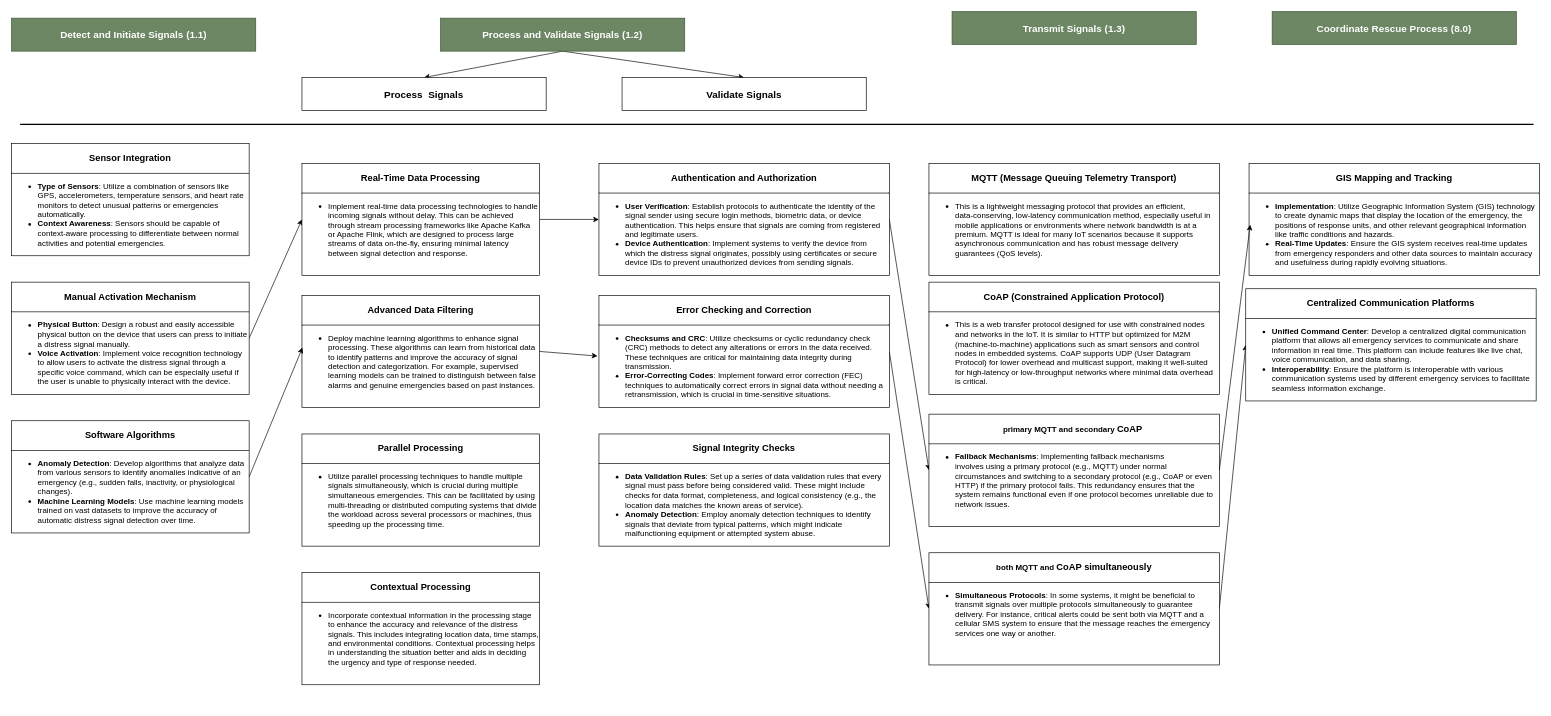
OMEN-Watson/CodeExercises keeps this draw.io diagram as DrawIo/TheKeyCausalPath.drawio. Above is the earlier version. Source tidied: cells renumbered, new cells numbered last; positions are measured from the earlier drawing's top-left corner, leaving out a move shared by most shapes. Both pictures are drawn from the tidied source at 66%, with x=0, y=0 at pixel (11, 11).
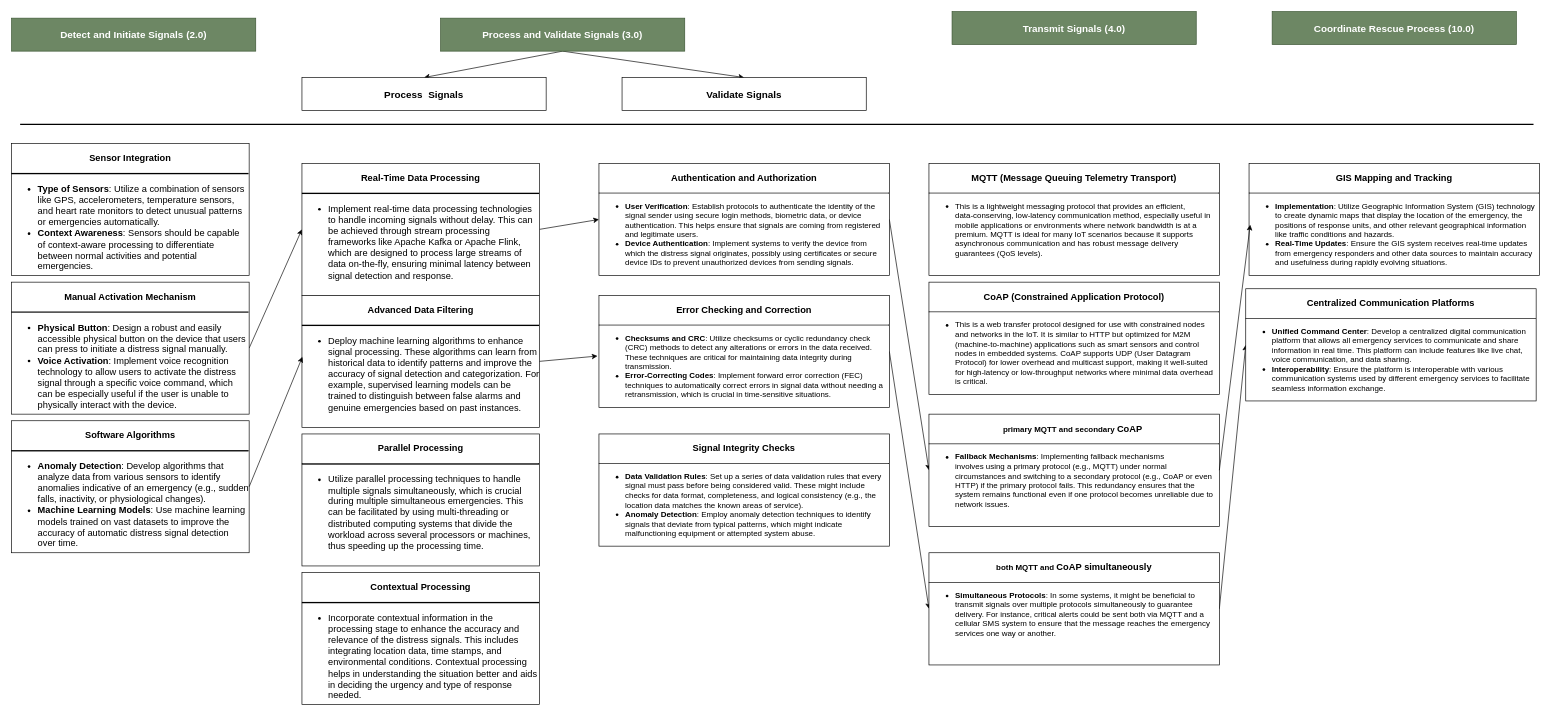
Above is the later version.

What changed in the source:
```diff
@@
-    <mxCell id="2" value="&lt;strong style=&quot;font-size: 15px;&quot;&gt;Detect and Initiate Signals (1.1)&lt;/strong&gt;" style="whiteSpace=wrap;html=1;align=center;fontSize=15;fillColor=#6d8764;fontColor=#ffffff;strokeColor=#3A5431;" parent="1" vertex="1">
+    <mxCell id="2" value="&lt;strong style=&quot;font-size: 15px;&quot;&gt;Detect and Initiate Signals (2.0)&lt;/strong&gt;" style="whiteSpace=wrap;html=1;align=center;fontSize=15;fillColor=#6d8764;fontColor=#ffffff;strokeColor=#3A5431;" parent="1" vertex="1">
       <mxGeometry y="10" width="370" height="50" as="geometry" />
     </mxCell>
@@
-    <mxCell id="4" value="&lt;h3 style=&quot;text-align: center;&quot;&gt;Sensor Integration&lt;/h3&gt;&lt;hr size=&quot;1&quot; style=&quot;border-style:solid;&quot;&gt;&lt;ul&gt;&lt;li&gt;&lt;strong&gt;&lt;strong style=&quot;background-color: initial;&quot;&gt;Type of Sensors&lt;/strong&gt;&lt;span style=&quot;background-color: initial; font-weight: normal;&quot;&gt;: Utilize a combination of sensors like GPS, accelerometers, temperature sensors, and heart rate monitors to detect unusual patterns or emergencies automatically.&lt;/span&gt;&lt;br&gt;&lt;/strong&gt;&lt;/li&gt;&lt;li&gt;&lt;strong&gt;Context Awareness&lt;/strong&gt;: Sensors should be capable of context-aware processing to differentiate between normal activities and potential emergencies.&lt;/li&gt;&lt;/ul&gt;" style="verticalAlign=top;align=left;overflow=fill;html=1;whiteSpace=wrap;" parent="1" vertex="1">
-      <mxGeometry y="200" width="360" height="170" as="geometry" />
+    <mxCell id="4" value="&lt;h3 style=&quot;text-align: center; font-size: 14px;&quot;&gt;Sensor Integration&lt;/h3&gt;&lt;hr style=&quot;border-style: solid; font-size: 14px;&quot;&gt;&lt;ul style=&quot;font-size: 14px;&quot;&gt;&lt;li style=&quot;font-size: 14px;&quot;&gt;&lt;strong style=&quot;font-size: 14px;&quot;&gt;&lt;strong style=&quot;background-color: initial; font-size: 14px;&quot;&gt;Type of Sensors&lt;/strong&gt;&lt;span style=&quot;background-color: initial; font-weight: normal; font-size: 14px;&quot;&gt;: Utilize a combination of sensors like GPS, accelerometers, temperature sensors, and heart rate monitors to detect unusual patterns or emergencies automatically.&lt;/span&gt;&lt;br style=&quot;font-size: 14px;&quot;&gt;&lt;/strong&gt;&lt;/li&gt;&lt;li style=&quot;font-size: 14px;&quot;&gt;&lt;strong style=&quot;font-size: 14px;&quot;&gt;Context Awareness&lt;/strong&gt;: Sensors should be capable of context-aware processing to differentiate between normal activities and potential emergencies.&lt;/li&gt;&lt;/ul&gt;" style="verticalAlign=top;align=left;overflow=fill;html=1;whiteSpace=wrap;fontSize=14;" parent="1" vertex="1">
+      <mxGeometry y="200" width="360" height="200" as="geometry" />
     </mxCell>
@@
-    <mxCell id="6" value="&lt;h3 style=&quot;text-align: center;&quot;&gt;Manual Activation Mechanism&lt;/h3&gt;&lt;hr size=&quot;1&quot; style=&quot;border-style:solid;&quot;&gt;&lt;ul&gt;&lt;li&gt;&lt;strong&gt;Physical Button&lt;/strong&gt;: Design a robust and easily accessible physical button on the device that users can press to initiate a distress signal manually.&lt;/li&gt;&lt;li&gt;&lt;strong&gt;Voice Activation&lt;/strong&gt;: Implement voice recognition technology to allow users to activate the distress signal through a specific voice command, which can be especially useful if the user is unable to physically interact with the device.&lt;/li&gt;&lt;/ul&gt;" style="verticalAlign=top;align=left;overflow=fill;html=1;whiteSpace=wrap;" parent="1" vertex="1">
-      <mxGeometry y="410" width="360" height="170" as="geometry" />
+    <mxCell id="6" value="&lt;h3 style=&quot;text-align: center; font-size: 14px;&quot;&gt;Manual Activation Mechanism&lt;/h3&gt;&lt;hr style=&quot;border-style: solid; font-size: 14px;&quot;&gt;&lt;ul style=&quot;font-size: 14px;&quot;&gt;&lt;li style=&quot;font-size: 14px;&quot;&gt;&lt;strong style=&quot;font-size: 14px;&quot;&gt;Physical Button&lt;/strong&gt;: Design a robust and easily accessible physical button on the device that users can press to initiate a distress signal manually.&lt;/li&gt;&lt;li style=&quot;font-size: 14px;&quot;&gt;&lt;strong style=&quot;font-size: 14px;&quot;&gt;Voice Activation&lt;/strong&gt;: Implement voice recognition technology to allow users to activate the distress signal through a specific voice command, which can be especially useful if the user is unable to physically interact with the device.&lt;/li&gt;&lt;/ul&gt;" style="verticalAlign=top;align=left;overflow=fill;html=1;whiteSpace=wrap;fontSize=14;" parent="1" vertex="1">
+      <mxGeometry y="410" width="360" height="200" as="geometry" />
     </mxCell>
-    <mxCell id="7" value="&lt;h3 style=&quot;text-align: center;&quot;&gt;Software Algorithms&lt;/h3&gt;&lt;hr size=&quot;1&quot; style=&quot;border-style:solid;&quot;&gt;&lt;ul&gt;&lt;li&gt;&lt;strong&gt;Anomaly Detection&lt;/strong&gt;: Develop algorithms that analyze data from various sensors to identify anomalies indicative of an emergency (e.g., sudden falls, inactivity, or physiological changes).&lt;/li&gt;&lt;li&gt;&lt;strong&gt;Machine Learning Models&lt;/strong&gt;: Use machine learning models trained on vast datasets to improve the accuracy of automatic distress signal detection over time.&lt;/li&gt;&lt;/ul&gt;" style="verticalAlign=top;align=left;overflow=fill;html=1;whiteSpace=wrap;" parent="1" vertex="1">
-      <mxGeometry y="620" width="360" height="170" as="geometry" />
+    <mxCell id="7" value="&lt;h3 style=&quot;text-align: center; font-size: 14px;&quot;&gt;Software Algorithms&lt;/h3&gt;&lt;hr style=&quot;border-style: solid; font-size: 14px;&quot;&gt;&lt;ul style=&quot;font-size: 14px;&quot;&gt;&lt;li style=&quot;font-size: 14px;&quot;&gt;&lt;strong style=&quot;font-size: 14px;&quot;&gt;Anomaly Detection&lt;/strong&gt;: Develop algorithms that analyze data from various sensors to identify anomalies indicative of an emergency (e.g., sudden falls, inactivity, or physiological changes).&lt;/li&gt;&lt;li style=&quot;font-size: 14px;&quot;&gt;&lt;strong style=&quot;font-size: 14px;&quot;&gt;Machine Learning Models&lt;/strong&gt;: Use machine learning models trained on vast datasets to improve the accuracy of automatic distress signal detection over time.&lt;/li&gt;&lt;/ul&gt;" style="verticalAlign=top;align=left;overflow=fill;html=1;whiteSpace=wrap;fontSize=14;" parent="1" vertex="1">
+      <mxGeometry y="620" width="360" height="200" as="geometry" />
     </mxCell>
@@
-    <mxCell id="10" value="&lt;strong style=&quot;font-size: 15px;&quot;&gt;Process and Validate Signals (1.2)&lt;/strong&gt;" style="whiteSpace=wrap;html=1;align=center;fontSize=15;fillColor=#6d8764;fontColor=#ffffff;strokeColor=#3A5431;" parent="1" vertex="1">
+    <mxCell id="10" value="&lt;strong style=&quot;font-size: 15px;&quot;&gt;Process and Validate Signals (3.0)&lt;/strong&gt;" style="whiteSpace=wrap;html=1;align=center;fontSize=15;fillColor=#6d8764;fontColor=#ffffff;strokeColor=#3A5431;" parent="1" vertex="1">
       <mxGeometry x="650" y="10" width="370" height="50" as="geometry" />
     </mxCell>
-    <mxCell id="11" value="&lt;strong style=&quot;font-size: 15px;&quot;&gt;Transmit Signals (1.3)&lt;/strong&gt;" style="whiteSpace=wrap;html=1;align=center;fontSize=15;fillColor=#6d8764;fontColor=#ffffff;strokeColor=#3A5431;" parent="1" vertex="1">
+    <mxCell id="11" value="&lt;strong style=&quot;font-size: 15px;&quot;&gt;Transmit Signals (4.0)&lt;/strong&gt;" style="whiteSpace=wrap;html=1;align=center;fontSize=15;fillColor=#6d8764;fontColor=#ffffff;strokeColor=#3A5431;" parent="1" vertex="1">
       <mxGeometry x="1425" width="370" height="50" as="geometry" />
     </mxCell>
-    <mxCell id="12" value="&lt;strong style=&quot;font-size: 15px;&quot;&gt;Coordinate Rescue Process (8.0)&lt;/strong&gt;" style="whiteSpace=wrap;html=1;align=center;fontSize=15;fillColor=#6d8764;fontColor=#ffffff;strokeColor=#3A5431;" parent="1" vertex="1">
+    <mxCell id="12" value="&lt;strong style=&quot;font-size: 15px;&quot;&gt;Coordinate Rescue Process (10.0)&lt;/strong&gt;" style="whiteSpace=wrap;html=1;align=center;fontSize=15;fillColor=#6d8764;fontColor=#ffffff;strokeColor=#3A5431;" parent="1" vertex="1">
       <mxGeometry x="1910" width="370" height="50" as="geometry" />
     </mxCell>
@@
-    <mxCell id="14" value="&lt;h3 style=&quot;text-align: center;&quot;&gt;&lt;strong&gt;Real-Time Data Processing&lt;/strong&gt;&lt;/h3&gt;&lt;hr size=&quot;1&quot; style=&quot;border-style:solid;&quot;&gt;&lt;ul&gt;&lt;li&gt;Implement real-time data processing technologies to handle incoming signals without delay. This can be achieved through stream processing frameworks like Apache Kafka or Apache Flink, which are designed to process large streams of data on-the-fly, ensuring minimal latency between signal detection and response.&lt;br&gt;&lt;/li&gt;&lt;/ul&gt;" style="verticalAlign=top;align=left;overflow=fill;html=1;whiteSpace=wrap;" parent="1" vertex="1">
-      <mxGeometry x="440" y="230" width="360" height="170" as="geometry" />
+    <mxCell id="14" value="&lt;h3 style=&quot;text-align: center; font-size: 14px;&quot;&gt;&lt;strong style=&quot;font-size: 14px;&quot;&gt;Real-Time Data Processing&lt;/strong&gt;&lt;/h3&gt;&lt;hr style=&quot;border-style: solid; font-size: 14px;&quot;&gt;&lt;ul style=&quot;font-size: 14px;&quot;&gt;&lt;li style=&quot;font-size: 14px;&quot;&gt;Implement real-time data processing technologies to handle incoming signals without delay. This can be achieved through stream processing frameworks like Apache Kafka or Apache Flink, which are designed to process large streams of data on-the-fly, ensuring minimal latency between signal detection and response.&lt;br style=&quot;font-size: 14px;&quot;&gt;&lt;/li&gt;&lt;/ul&gt;" style="verticalAlign=top;align=left;overflow=fill;html=1;whiteSpace=wrap;fontSize=14;" parent="1" vertex="1">
+      <mxGeometry x="440" y="230" width="360" height="200" as="geometry" />
     </mxCell>
-    <mxCell id="15" value="&lt;h3 style=&quot;text-align: center;&quot;&gt;&lt;strong&gt;Advanced Data Filtering&lt;/strong&gt;&lt;/h3&gt;&lt;hr size=&quot;1&quot; style=&quot;border-style:solid;&quot;&gt;&lt;ul&gt;&lt;li&gt;Deploy machine learning algorithms to enhance signal processing. These algorithms can learn from historical data to identify patterns and improve the accuracy of signal detection and categorization. For example, supervised learning models can be trained to distinguish between false alarms and genuine emergencies based on past instances.&lt;br&gt;&lt;/li&gt;&lt;/ul&gt;" style="verticalAlign=top;align=left;overflow=fill;html=1;whiteSpace=wrap;" parent="1" vertex="1">
-      <mxGeometry x="440" y="430" width="360" height="170" as="geometry" />
+    <mxCell id="15" value="&lt;h3 style=&quot;text-align: center; font-size: 14px;&quot;&gt;&lt;strong style=&quot;font-size: 14px;&quot;&gt;Advanced Data Filtering&lt;/strong&gt;&lt;/h3&gt;&lt;hr style=&quot;border-style: solid; font-size: 14px;&quot;&gt;&lt;ul style=&quot;font-size: 14px;&quot;&gt;&lt;li style=&quot;font-size: 14px;&quot;&gt;Deploy machine learning algorithms to enhance signal processing. These algorithms can learn from historical data to identify patterns and improve the accuracy of signal detection and categorization. For example, supervised learning models can be trained to distinguish between false alarms and genuine emergencies based on past instances.&lt;br style=&quot;font-size: 14px;&quot;&gt;&lt;/li&gt;&lt;/ul&gt;" style="verticalAlign=top;align=left;overflow=fill;html=1;whiteSpace=wrap;fontSize=14;" parent="1" vertex="1">
+      <mxGeometry x="440" y="430" width="360" height="200" as="geometry" />
     </mxCell>
-    <mxCell id="16" value="&lt;h3 style=&quot;text-align: center;&quot;&gt;&lt;strong&gt;Parallel Processing&lt;/strong&gt;&lt;/h3&gt;&lt;hr size=&quot;1&quot; style=&quot;border-style:solid;&quot;&gt;&lt;ul&gt;&lt;li&gt;Utilize parallel processing techniques to handle multiple signals simultaneously, which is crucial during multiple simultaneous emergencies. This can be facilitated by using multi-threading or distributed computing systems that divide the workload across several processors or machines, thus speeding up the processing time.&lt;br&gt;&lt;/li&gt;&lt;/ul&gt;" style="verticalAlign=top;align=left;overflow=fill;html=1;whiteSpace=wrap;" parent="1" vertex="1">
-      <mxGeometry x="440" y="640" width="360" height="170" as="geometry" />
+    <mxCell id="16" value="&lt;h3 style=&quot;text-align: center; font-size: 14px;&quot;&gt;&lt;strong style=&quot;font-size: 14px;&quot;&gt;Parallel Processing&lt;/strong&gt;&lt;/h3&gt;&lt;hr style=&quot;border-style: solid; font-size: 14px;&quot;&gt;&lt;ul style=&quot;font-size: 14px;&quot;&gt;&lt;li style=&quot;font-size: 14px;&quot;&gt;Utilize parallel processing techniques to handle multiple signals simultaneously, which is crucial during multiple simultaneous emergencies. This can be facilitated by using multi-threading or distributed computing systems that divide the workload across several processors or machines, thus speeding up the processing time.&lt;br style=&quot;font-size: 14px;&quot;&gt;&lt;/li&gt;&lt;/ul&gt;" style="verticalAlign=top;align=left;overflow=fill;html=1;whiteSpace=wrap;fontSize=14;" parent="1" vertex="1">
+      <mxGeometry x="440" y="640" width="360" height="200" as="geometry" />
     </mxCell>
-    <mxCell id="17" value="&lt;h3 style=&quot;text-align: center;&quot;&gt;&lt;strong&gt;Contextual Processing&lt;/strong&gt;&lt;/h3&gt;&lt;hr size=&quot;1&quot; style=&quot;border-style:solid;&quot;&gt;&lt;ul&gt;&lt;li&gt;Incorporate contextual information in the processing stage to enhance the accuracy and relevance of the distress signals. This includes integrating location data, time stamps, and environmental conditions. Contextual processing helps in understanding the situation better and aids in deciding the urgency and type of response needed.&lt;br&gt;&lt;/li&gt;&lt;/ul&gt;" style="verticalAlign=top;align=left;overflow=fill;html=1;whiteSpace=wrap;" parent="1" vertex="1">
-      <mxGeometry x="440" y="850" width="360" height="170" as="geometry" />
+    <mxCell id="17" value="&lt;h3 style=&quot;text-align: center; font-size: 14px;&quot;&gt;&lt;strong style=&quot;font-size: 14px;&quot;&gt;Contextual Processing&lt;/strong&gt;&lt;/h3&gt;&lt;hr style=&quot;border-style: solid; font-size: 14px;&quot;&gt;&lt;ul style=&quot;font-size: 14px;&quot;&gt;&lt;li style=&quot;font-size: 14px;&quot;&gt;Incorporate contextual information in the processing stage to enhance the accuracy and relevance of the distress signals. This includes integrating location data, time stamps, and environmental conditions. Contextual processing helps in understanding the situation better and aids in deciding the urgency and type of response needed.&lt;br style=&quot;font-size: 14px;&quot;&gt;&lt;/li&gt;&lt;/ul&gt;" style="verticalAlign=top;align=left;overflow=fill;html=1;whiteSpace=wrap;fontSize=14;" parent="1" vertex="1">
+      <mxGeometry x="440" y="850" width="360" height="200" as="geometry" />
     </mxCell>
```
